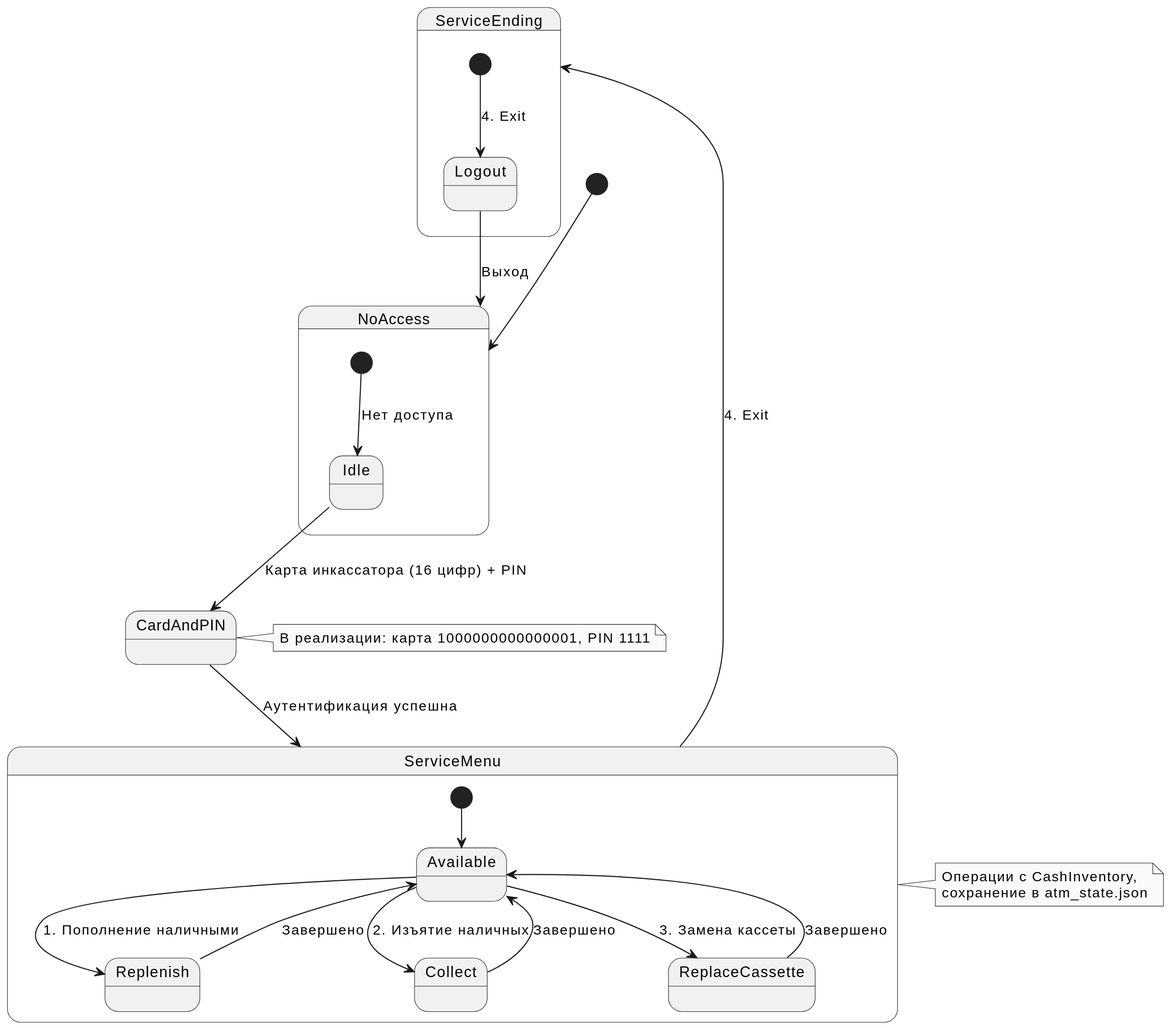
This is labs/lab_1/ATM/uml/img/ATM_Service_StateMachine.svg from vodo4kin/PPOIS_2sem, a PlantUML export, as it was before one commit.
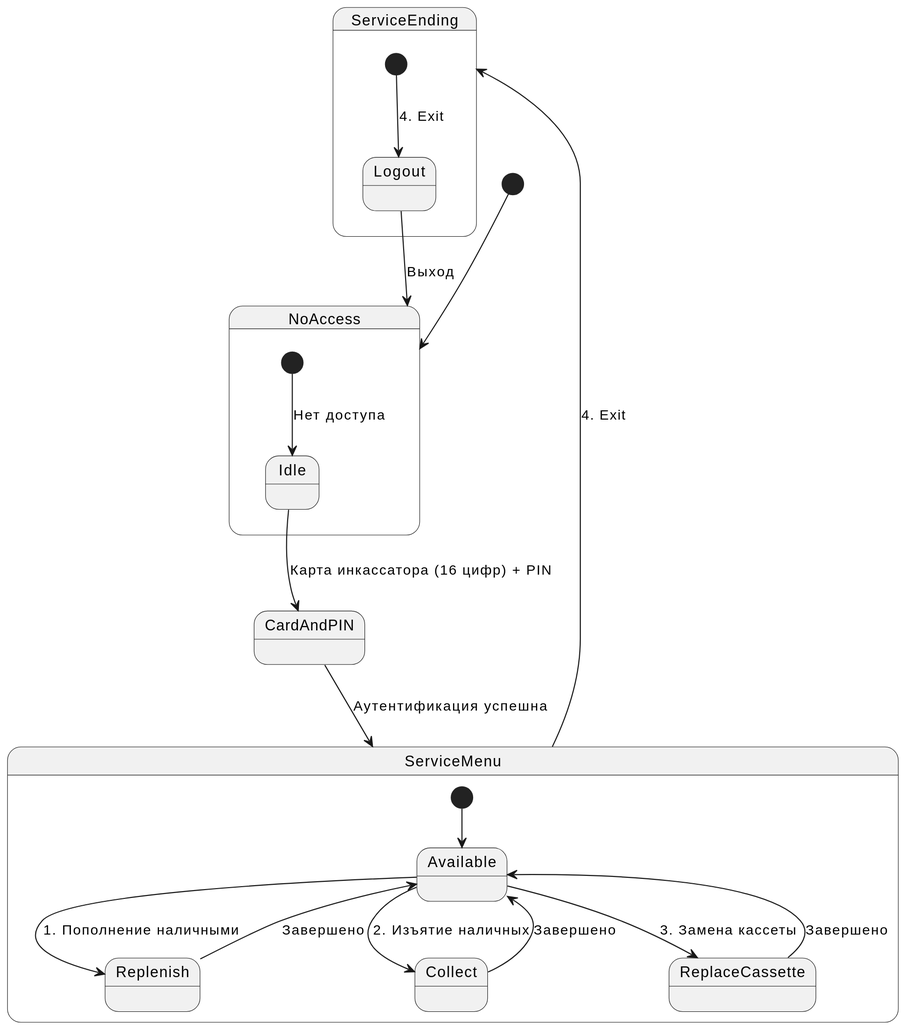
After the commit.

Diff of the diagram source:
```diff
@@ -30,13 +30,4 @@
 }
 
 ServiceMenu --> ServiceEnding : 4. Exit
-
-note right of CardAndPIN
-  В реализации: карта 1000000000000001, PIN 1111
-end note
-
-note right of ServiceMenu
-  Операции с CashInventory,
-  сохранение в atm_state.json
-end note
 @enduml
```
